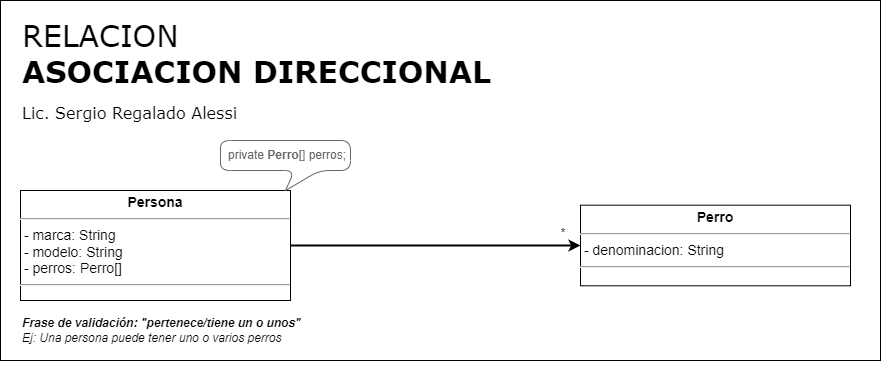
Above: src/clase_07/extra/uml/asociacion/direccional/Diagrama - Asociación direccional.png in serinformatico/POO-10-2022 (draw.io), before the change. Source tidied: cells renumbered, new cells last; positions are measured from the earlier drawing's top-left corner, leaving out a move shared by most shapes. The source it was exported from:
```xml
<mxGraphModel>
  <root>
    <mxCell id="0" />
    <mxCell id="1" parent="0" />
    <mxCell id="2" value="&lt;span style=&quot;font-weight: normal;&quot;&gt;RELACION&lt;/span&gt;&lt;br&gt;&lt;font style=&quot;font-size: 16px;&quot;&gt;&lt;font style=&quot;font-size: 16px; font-weight: normal;&quot;&gt;&lt;span style=&quot;font-size: 30px; font-weight: 700;&quot;&gt;ASOCIACION DIRECCIONAL&lt;br&gt;&lt;/span&gt;Lic. Sergio Regalado Alessi&lt;br&gt;&lt;br&gt;&lt;br&gt;&lt;br&gt;&lt;br&gt;&lt;br&gt;&lt;br&gt;&lt;br&gt;&lt;/font&gt;&lt;/font&gt;" style="rounded=0;whiteSpace=wrap;html=1;align=left;verticalAlign=top;fontSize=30;fontStyle=1;spacingTop=10;spacing=2;spacingLeft=20;fontFamily=Verdana;" parent="1" vertex="1">
      <mxGeometry width="880" height="360" as="geometry" />
    </mxCell>
    <mxCell id="3" value="&lt;p style=&quot;margin: 4px 0px 0px; text-align: center; font-size: 14px;&quot;&gt;&lt;b&gt;Persona&lt;/b&gt;&lt;br&gt;&lt;/p&gt;&lt;hr style=&quot;font-size: 14px;&quot;&gt;&lt;p style=&quot;margin: 0px 0px 0px 4px; font-size: 14px;&quot;&gt;&lt;/p&gt;&lt;span style=&quot;background-color: initial;&quot;&gt;&amp;nbsp;&lt;/span&gt;&lt;span style=&quot;background-color: initial;&quot;&gt;- marca: String&lt;br&gt;&lt;/span&gt;&amp;nbsp;- modelo: String&lt;br&gt;&amp;nbsp;- perros: Perro[]&lt;br&gt;&lt;hr&gt;&lt;p style=&quot;margin: 0px 0px 0px 4px;&quot;&gt;&lt;br&gt;&lt;/p&gt;" style="verticalAlign=top;align=left;overflow=fill;fontSize=14;fontFamily=Helvetica;html=1;" parent="1" vertex="1">
      <mxGeometry x="20" y="190" width="270" height="110" as="geometry" />
    </mxCell>
    <mxCell id="4" style="rounded=1;jettySize=auto;html=1;entryX=1;entryY=0.5;entryDx=0;entryDy=0;endArrow=none;endFill=0;startSize=6;endSize=12;strokeWidth=2;exitX=0;exitY=0.5;exitDx=0;exitDy=0;edgeStyle=orthogonalEdgeStyle;startArrow=classic;startFill=1;" parent="1" edge="1" source="6" target="3">
      <mxGeometry relative="1" as="geometry" />
    </mxCell>
    <mxCell id="5" value="*" style="edgeLabel;html=1;align=right;verticalAlign=middle;" parent="4" vertex="1">
      <mxGeometry x="0.32" relative="1" as="geometry">
        <mxPoint x="176" y="-14" as="offset" />
      </mxGeometry>
    </mxCell>
    <mxCell id="6" value="&lt;p style=&quot;margin: 4px 0px 0px; text-align: center; font-size: 14px;&quot;&gt;&lt;b&gt;Perro&lt;/b&gt;&lt;/p&gt;&lt;hr style=&quot;font-size: 14px;&quot;&gt;&lt;p style=&quot;margin: 0px 0px 0px 4px; font-size: 14px;&quot;&gt;&lt;/p&gt;&amp;nbsp;&lt;span style=&quot;background-color: initial;&quot;&gt;- denominacion: String&lt;/span&gt;&amp;nbsp;&lt;br&gt;&lt;hr style=&quot;font-size: 14px;&quot;&gt;&lt;p style=&quot;margin: 0px 0px 0px 4px; font-size: 14px;&quot;&gt;&lt;br&gt;&lt;/p&gt;" style="verticalAlign=top;align=left;overflow=fill;fontSize=14;fontFamily=Helvetica;html=1;" parent="1" vertex="1">
      <mxGeometry x="580" y="204.7" width="270" height="80.6" as="geometry" />
    </mxCell>
    <mxCell id="7" value="Frase de validación: &quot;pertenece/tiene un o unos&quot;&lt;br&gt;&lt;span style=&quot;font-weight: normal;&quot;&gt;Ej:&amp;nbsp;Una persona puede tener uno o varios perros&lt;/span&gt;" style="text;html=1;strokeColor=none;fillColor=none;align=left;verticalAlign=middle;whiteSpace=wrap;rounded=0;fontStyle=3;" parent="1" vertex="1">
      <mxGeometry x="20" y="310" width="300" height="40" as="geometry" />
    </mxCell>
    <mxCell id="8" value="&lt;font style=&quot;font-size: 12px;&quot;&gt;private &lt;b&gt;Perro&lt;/b&gt;[] perros;&lt;br&gt;&lt;/font&gt;" style="shape=callout;whiteSpace=wrap;html=1;perimeter=calloutPerimeter;fontSize=12;size=20;position=0.57;rounded=1;strokeColor=#666666;fontColor=#666666;align=left;spacingLeft=6;base=25;" parent="1" vertex="1">
      <mxGeometry x="220" y="140" width="130" height="50" as="geometry" />
    </mxCell>
  </root>
</mxGraphModel>
```
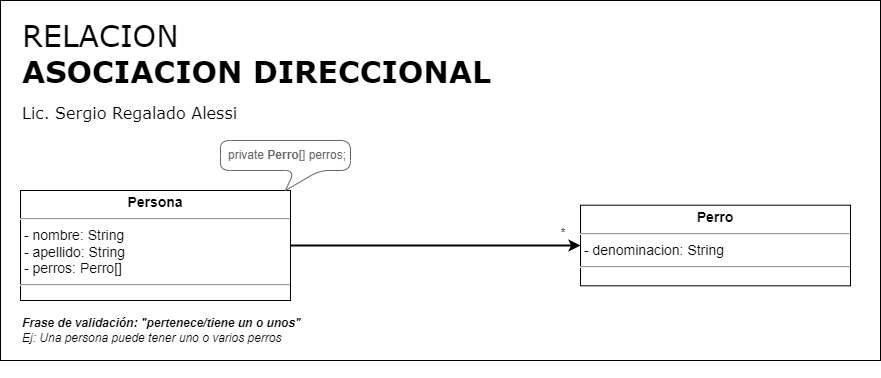
Above is the later version.

The edit, as a diff of the source:
```diff
@@ -5,7 +5,7 @@
     <mxCell id="2" value="&lt;span style=&quot;font-weight: normal;&quot;&gt;RELACION&lt;/span&gt;&lt;br&gt;&lt;font style=&quot;font-size: 16px;&quot;&gt;&lt;font style=&quot;font-size: 16px; font-weight: normal;&quot;&gt;&lt;span style=&quot;font-size: 30px; font-weight: 700;&quot;&gt;ASOCIACION DIRECCIONAL&lt;br&gt;&lt;/span&gt;Lic. Sergio Regalado Alessi&lt;br&gt;&lt;br&gt;&lt;br&gt;&lt;br&gt;&lt;br&gt;&lt;br&gt;&lt;br&gt;&lt;br&gt;&lt;/font&gt;&lt;/font&gt;" style="rounded=0;whiteSpace=wrap;html=1;align=left;verticalAlign=top;fontSize=30;fontStyle=1;spacingTop=10;spacing=2;spacingLeft=20;fontFamily=Verdana;" parent="1" vertex="1">
       <mxGeometry width="880" height="360" as="geometry" />
     </mxCell>
-    <mxCell id="3" value="&lt;p style=&quot;margin: 4px 0px 0px; text-align: center; font-size: 14px;&quot;&gt;&lt;b&gt;Persona&lt;/b&gt;&lt;br&gt;&lt;/p&gt;&lt;hr style=&quot;font-size: 14px;&quot;&gt;&lt;p style=&quot;margin: 0px 0px 0px 4px; font-size: 14px;&quot;&gt;&lt;/p&gt;&lt;span style=&quot;background-color: initial;&quot;&gt;&amp;nbsp;&lt;/span&gt;&lt;span style=&quot;background-color: initial;&quot;&gt;- marca: String&lt;br&gt;&lt;/span&gt;&amp;nbsp;- modelo: String&lt;br&gt;&amp;nbsp;- perros: Perro[]&lt;br&gt;&lt;hr&gt;&lt;p style=&quot;margin: 0px 0px 0px 4px;&quot;&gt;&lt;br&gt;&lt;/p&gt;" style="verticalAlign=top;align=left;overflow=fill;fontSize=14;fontFamily=Helvetica;html=1;" parent="1" vertex="1">
+    <mxCell id="3" value="&lt;p style=&quot;margin: 4px 0px 0px; text-align: center; font-size: 14px;&quot;&gt;&lt;b&gt;Persona&lt;/b&gt;&lt;br&gt;&lt;/p&gt;&lt;hr style=&quot;font-size: 14px;&quot;&gt;&lt;p style=&quot;margin: 0px 0px 0px 4px; font-size: 14px;&quot;&gt;&lt;/p&gt;&lt;span style=&quot;background-color: initial;&quot;&gt;&amp;nbsp;&lt;/span&gt;&lt;span style=&quot;background-color: initial;&quot;&gt;- nombre: String&lt;br&gt;&lt;/span&gt;&amp;nbsp;- apellido: String&lt;br&gt;&amp;nbsp;- perros: Perro[]&lt;br&gt;&lt;hr&gt;&lt;p style=&quot;margin: 0px 0px 0px 4px;&quot;&gt;&lt;br&gt;&lt;/p&gt;" style="verticalAlign=top;align=left;overflow=fill;fontSize=14;fontFamily=Helvetica;html=1;" parent="1" vertex="1">
       <mxGeometry x="20" y="190" width="270" height="110" as="geometry" />
     </mxCell>
     <mxCell id="4" style="rounded=1;jettySize=auto;html=1;entryX=1;entryY=0.5;entryDx=0;entryDy=0;endArrow=none;endFill=0;startSize=6;endSize=12;strokeWidth=2;exitX=0;exitY=0.5;exitDx=0;exitDy=0;edgeStyle=orthogonalEdgeStyle;startArrow=classic;startFill=1;" parent="1" edge="1" source="6" target="3">
```
